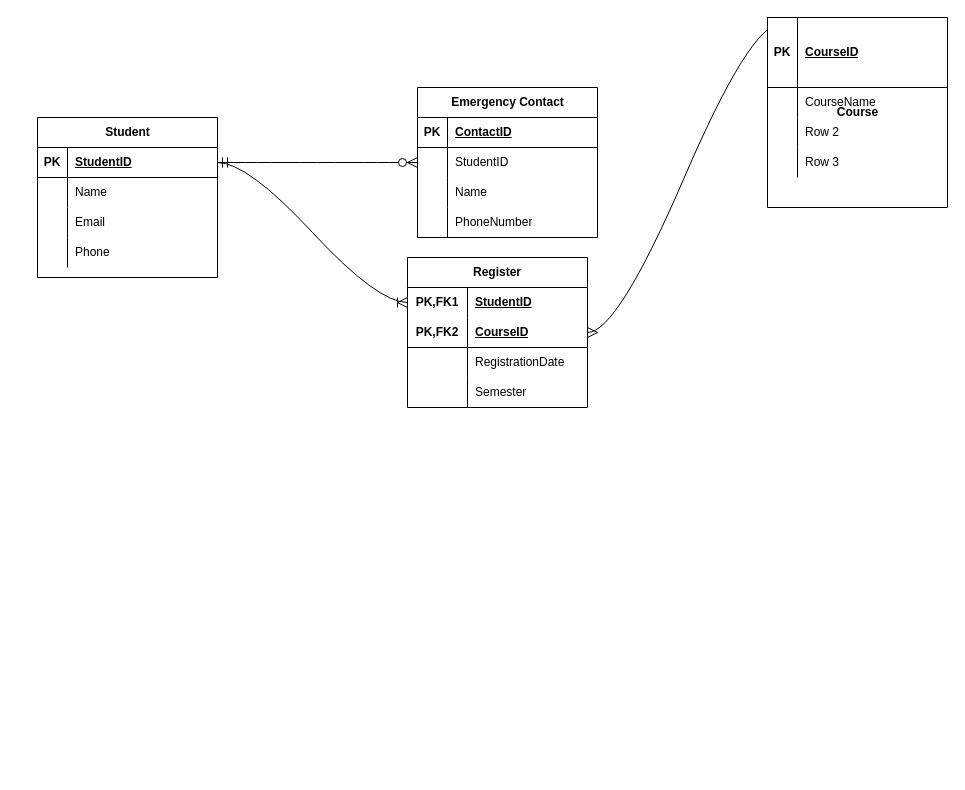
skyelynwaddell/sait keeps this draw.io diagram as databases/docs/database_diagram.drawio. Above is the earlier version. Source tidied: cells renumbered, new cells numbered last; positions are measured from the earlier drawing's top-left corner, leaving out a move shared by most shapes. Both pictures are drawn from the tidied source at 100%, with x=0, y=0 at pixel (37, 17).
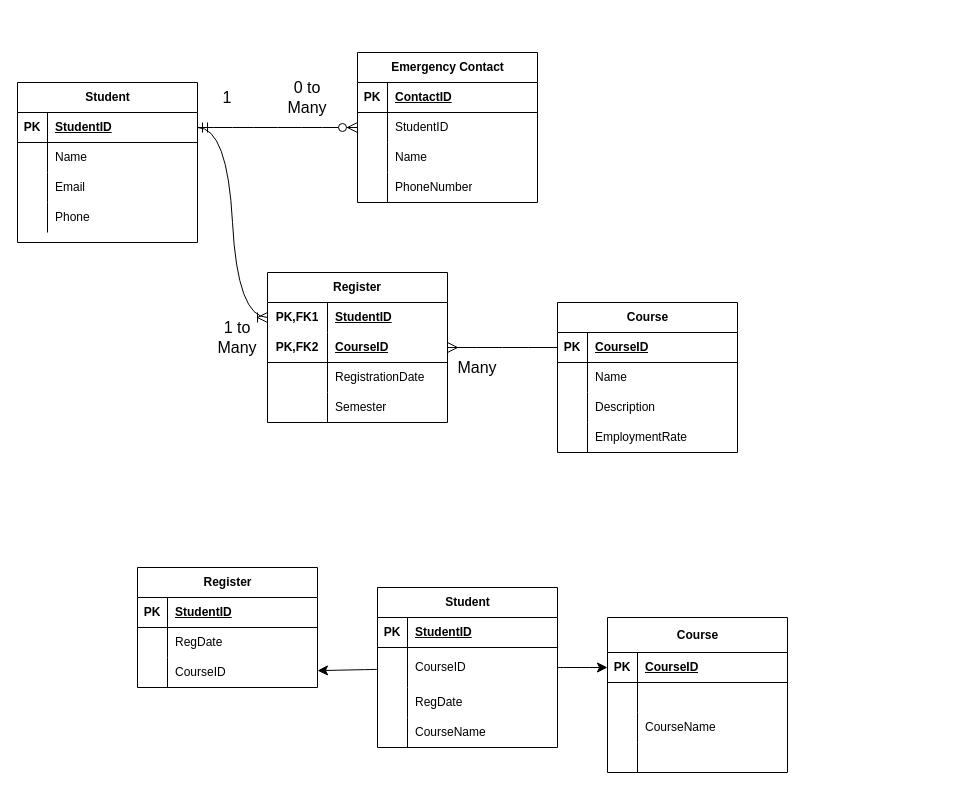
The same page after the edit.

Unchanged cells that the change refers to:
```xml
<mxCell id="19" style="shape=tableRow;horizontal=0;startSize=0;swimlaneHead=0;swimlaneBody=0;fillColor=none;points=[[0,0.5],[1,0.5]];portConstraint=eastwest;top=0;left=0;right=0;bottom=1;html=1;" parent="15" vertex="1">
  <mxGeometry y="60" width="180" height="30" as="geometry" />
</mxCell>
```

What changed in the source:
```diff
@@
     <mxCell id="2" value="Student" style="shape=table;startSize=30;childLayout=tableLayout;rowLines=0;fontStyle=1;align=center;html=1;" parent="1" vertex="1">
-      <mxGeometry y="100" width="180" height="160" as="geometry" />
+      <mxGeometry x="-20" y="65" width="180" height="160" as="geometry" />
     </mxCell>
@@
     <mxCell id="15" value="Register" style="shape=table;startSize=30;childLayout=tableLayout;rowLines=0;fontStyle=1;align=center;html=1;whiteSpace=wrap;" parent="1" vertex="1">
-      <mxGeometry x="370" y="240" width="180" height="150" as="geometry" />
+      <mxGeometry x="230" y="255" width="180" height="150" as="geometry" />
     </mxCell>
@@
     <mxCell id="29" value="Emergency Contact" style="shape=table;startSize=30;childLayout=tableLayout;rowLines=0;fontStyle=1;align=center;html=1;" parent="1" vertex="1">
-      <mxGeometry x="380" y="70" width="180" height="150" as="geometry" />
+      <mxGeometry x="320" y="35" width="180" height="150" as="geometry" />
     </mxCell>
@@
-    <mxCell id="42" style="edgeStyle=entityRelationEdgeStyle;fontSize=12;html=1;endArrow=ERmany;rounded=0;startSize=8;endSize=8;curved=1;exitX=0.072;exitY=0.092;exitDx=0;exitDy=0;exitPerimeter=0;" parent="1" edge="1" source="45" target="19">
+    <mxCell id="42" style="edgeStyle=entityRelationEdgeStyle;fontSize=12;html=1;endArrow=ERmany;rounded=0;startSize=8;endSize=8;curved=1;" parent="1" edge="1" source="63" target="19">
       <mxGeometry relative="1" as="geometry" />
     </mxCell>
@@
-    <mxCell id="44" value="Course" style="shape=table;startSize=0;childLayout=tableLayout;rowLines=0;fontStyle=1;align=center;html=1;" parent="1" vertex="1">
-      <mxGeometry x="730" width="180" height="190" as="geometry" />
-    </mxCell>
-    <mxCell id="45" style="shape=tableRow;horizontal=0;startSize=0;swimlaneHead=0;swimlaneBody=0;fillColor=none;points=[[0,0.5],[1,0.5]];portConstraint=eastwest;top=0;left=0;right=0;bottom=1;" parent="44" vertex="1">
-      <mxGeometry width="180" height="70" as="geometry" />
-    </mxCell>
-    <mxCell id="46" value="PK" style="shape=partialRectangle;fillColor=none;top=0;left=0;bottom=0;right=0;fontStyle=1;overflow=hidden;whiteSpace=wrap;html=1;" parent="45" vertex="1">
-      <mxGeometry width="30" height="70" as="geometry" />
-    </mxCell>
-    <mxCell id="47" value="CourseID" style="shape=partialRectangle;fillColor=none;top=0;left=0;bottom=0;right=0;align=left;spacingLeft=6;fontStyle=5;overflow=hidden;whiteSpace=wrap;html=1;" parent="45" vertex="1">
-      <mxGeometry x="30" width="150" height="70" as="geometry" />
-    </mxCell>
-    <mxCell id="48" style="shape=tableRow;horizontal=0;startSize=0;swimlaneHead=0;swimlaneBody=0;fillColor=none;top=0;left=0;right=0;bottom=0;" parent="44" vertex="1">
-      <mxGeometry y="70" width="180" height="30" as="geometry" />
-    </mxCell>
-    <mxCell id="49" style="shape=partialRectangle;fillColor=none;top=0;left=0;bottom=0;right=0;overflow=hidden;whiteSpace=wrap;html=1;" parent="48" vertex="1">
-      <mxGeometry width="30" height="30" as="geometry" />
-    </mxCell>
-    <mxCell id="50" value="CourseName" style="shape=partialRectangle;fillColor=none;top=0;left=0;bottom=0;right=0;align=left;spacingLeft=6;overflow=hidden;whiteSpace=wrap;html=1;" parent="48" vertex="1">
-      <mxGeometry x="30" width="150" height="30" as="geometry" />
-    </mxCell>
+    <mxCell id="57" style="edgeStyle=none;curved=1;rounded=0;orthogonalLoop=1;jettySize=auto;html=1;exitX=0.75;exitY=0;exitDx=0;exitDy=0;fontSize=12;startSize=8;endSize=8;" parent="1" edge="1" source="2" target="2">
+      <mxGeometry relative="1" as="geometry" />
+    </mxCell>
+    <mxCell id="58" value="1" style="text;html=1;align=center;verticalAlign=middle;whiteSpace=wrap;rounded=0;fontSize=16;" parent="1" vertex="1">
+      <mxGeometry x="160" y="65" width="60" height="30" as="geometry" />
+    </mxCell>
+    <mxCell id="59" value="0 to Many" style="text;html=1;align=center;verticalAlign=middle;whiteSpace=wrap;rounded=0;fontSize=16;" parent="1" vertex="1">
+      <mxGeometry x="240" y="65" width="60" height="30" as="geometry" />
+    </mxCell>
+    <mxCell id="60" value="1 to Many" style="text;html=1;align=center;verticalAlign=middle;whiteSpace=wrap;rounded=0;fontSize=16;" parent="1" vertex="1">
+      <mxGeometry x="170" y="305" width="60" height="30" as="geometry" />
+    </mxCell>
+    <mxCell id="61" value="Many" style="text;html=1;align=center;verticalAlign=middle;whiteSpace=wrap;rounded=0;fontSize=16;" parent="1" vertex="1">
+      <mxGeometry x="410" y="335" width="60" height="30" as="geometry" />
+    </mxCell>
+    <mxCell id="62" value="Course" style="shape=table;startSize=30;childLayout=tableLayout;rowLines=0;fontStyle=1;align=center;html=1;" parent="1" vertex="1">
+      <mxGeometry x="520" y="285" width="180" height="150" as="geometry" />
+    </mxCell>
+    <mxCell id="63" style="shape=tableRow;horizontal=0;startSize=0;swimlaneHead=0;swimlaneBody=0;fillColor=none;points=[[0,0.5],[1,0.5]];portConstraint=eastwest;top=0;left=0;right=0;bottom=1;" parent="62" vertex="1">
+      <mxGeometry y="30" width="180" height="30" as="geometry" />
+    </mxCell>
+    <mxCell id="64" value="PK" style="shape=partialRectangle;fillColor=none;top=0;left=0;bottom=0;right=0;fontStyle=1;overflow=hidden;whiteSpace=wrap;html=1;" parent="63" vertex="1">
+      <mxGeometry width="30" height="30" as="geometry" />
+    </mxCell>
+    <mxCell id="65" value="CourseID" style="shape=partialRectangle;fillColor=none;top=0;left=0;bottom=0;right=0;align=left;spacingLeft=6;fontStyle=5;overflow=hidden;whiteSpace=wrap;html=1;" parent="63" vertex="1">
+      <mxGeometry x="30" width="150" height="30" as="geometry" />
+    </mxCell>
+    <mxCell id="66" style="shape=tableRow;horizontal=0;startSize=0;swimlaneHead=0;swimlaneBody=0;fillColor=none;top=0;left=0;right=0;bottom=0;" parent="62" vertex="1">
+      <mxGeometry y="60" width="180" height="30" as="geometry" />
+    </mxCell>
+    <mxCell id="67" style="shape=partialRectangle;fillColor=none;top=0;left=0;bottom=0;right=0;overflow=hidden;whiteSpace=wrap;html=1;" parent="66" vertex="1">
+      <mxGeometry width="30" height="30" as="geometry" />
+    </mxCell>
+    <mxCell id="68" value="Name" style="shape=partialRectangle;fillColor=none;top=0;left=0;bottom=0;right=0;align=left;spacingLeft=6;overflow=hidden;whiteSpace=wrap;html=1;" parent="66" vertex="1">
+      <mxGeometry x="30" width="150" height="30" as="geometry" />
+    </mxCell>
+    <mxCell id="69" style="shape=tableRow;horizontal=0;startSize=0;swimlaneHead=0;swimlaneBody=0;fillColor=none;top=0;left=0;right=0;bottom=0;" parent="62" vertex="1">
+      <mxGeometry y="90" width="180" height="30" as="geometry" />
+    </mxCell>
+    <mxCell id="70" style="shape=partialRectangle;fillColor=none;top=0;left=0;bottom=0;right=0;overflow=hidden;whiteSpace=wrap;html=1;" parent="69" vertex="1">
+      <mxGeometry width="30" height="30" as="geometry" />
+    </mxCell>
+    <mxCell id="71" value="Description" style="shape=partialRectangle;fillColor=none;top=0;left=0;bottom=0;right=0;align=left;spacingLeft=6;overflow=hidden;whiteSpace=wrap;html=1;" parent="69" vertex="1">
+      <mxGeometry x="30" width="150" height="30" as="geometry" />
+    </mxCell>
+    <mxCell id="72" style="shape=tableRow;horizontal=0;startSize=0;swimlaneHead=0;swimlaneBody=0;fillColor=none;top=0;left=0;right=0;bottom=0;" parent="62" vertex="1">
+      <mxGeometry y="120" width="180" height="30" as="geometry" />
+    </mxCell>
+    <mxCell id="73" style="shape=partialRectangle;fillColor=none;top=0;left=0;bottom=0;right=0;overflow=hidden;whiteSpace=wrap;html=1;" parent="72" vertex="1">
+      <mxGeometry width="30" height="30" as="geometry" />
+    </mxCell>
+    <mxCell id="74" value="EmploymentRate" style="shape=partialRectangle;fillColor=none;top=0;left=0;bottom=0;right=0;align=left;spacingLeft=6;overflow=hidden;whiteSpace=wrap;html=1;" parent="72" vertex="1">
+      <mxGeometry x="30" width="150" height="30" as="geometry" />
+    </mxCell>
+    <mxCell id="75" value="Student" style="shape=table;startSize=30;childLayout=tableLayout;rowLines=0;fontStyle=1;align=center;html=1;" parent="1" vertex="1">
+      <mxGeometry x="340" y="570" width="180" height="160" as="geometry" />
+    </mxCell>
+    <mxCell id="76" style="shape=tableRow;horizontal=0;startSize=0;swimlaneHead=0;swimlaneBody=0;fillColor=none;top=0;left=0;right=0;bottom=1;" parent="75" vertex="1">
+      <mxGeometry y="30" width="180" height="30" as="geometry" />
+    </mxCell>
+    <mxCell id="77" value="PK" style="shape=partialRectangle;fillColor=none;top=0;left=0;bottom=0;right=0;fontStyle=1;overflow=hidden;whiteSpace=wrap;html=1;" parent="76" vertex="1">
+      <mxGeometry width="30" height="30" as="geometry" />
+    </mxCell>
+    <mxCell id="78" value="StudentID" style="shape=partialRectangle;fillColor=none;top=0;left=0;bottom=0;right=0;align=left;spacingLeft=6;fontStyle=5;overflow=hidden;whiteSpace=wrap;html=1;" parent="76" vertex="1">
+      <mxGeometry x="30" width="150" height="30" as="geometry" />
+    </mxCell>
+    <mxCell id="79" style="shape=tableRow;horizontal=0;startSize=0;swimlaneHead=0;swimlaneBody=0;fillColor=none;points=[[0,0.5],[1,0.5]];portConstraint=eastwest;top=0;left=0;right=0;bottom=0;" parent="75" vertex="1">
+      <mxGeometry y="60" width="180" height="40" as="geometry" />
+    </mxCell>
+    <mxCell id="80" style="shape=partialRectangle;fillColor=none;top=0;left=0;bottom=0;right=0;overflow=hidden;whiteSpace=wrap;html=1;" parent="79" vertex="1">
+      <mxGeometry width="30" height="40" as="geometry" />
+    </mxCell>
+    <mxCell id="81" value="CourseID" style="shape=partialRectangle;fillColor=none;top=0;left=0;bottom=0;right=0;align=left;spacingLeft=6;overflow=hidden;whiteSpace=wrap;html=1;" parent="79" vertex="1">
+      <mxGeometry x="30" width="150" height="40" as="geometry" />
+    </mxCell>
-    <mxCell id="51" style="shape=tableRow;horizontal=0;startSize=0;swimlaneHead=0;swimlaneBody=0;fillColor=none;top=0;left=0;right=0;bottom=0;" parent="44" vertex="1">
+    <mxCell id="51" style="shape=tableRow;horizontal=0;startSize=0;swimlaneHead=0;swimlaneBody=0;fillColor=none;top=0;left=0;right=0;bottom=0;" parent="75" vertex="1">
       <mxGeometry y="100" width="180" height="30" as="geometry" />
     </mxCell>
-    <mxCell id="52" style="shape=partialRectangle;fillColor=none;top=0;left=0;bottom=0;right=0;overflow=hidden;whiteSpace=wrap;html=1;" parent="51" vertex="1">
-      <mxGeometry width="30" height="30" as="geometry" />
-    </mxCell>
-    <mxCell id="53" value="Row 2" style="shape=partialRectangle;fillColor=none;top=0;left=0;bottom=0;right=0;align=left;spacingLeft=6;overflow=hidden;whiteSpace=wrap;html=1;" parent="51" vertex="1">
-      <mxGeometry x="30" width="150" height="30" as="geometry" />
-    </mxCell>
+    <mxCell id="82" style="shape=partialRectangle;fillColor=none;top=0;left=0;bottom=0;right=0;overflow=hidden;whiteSpace=wrap;html=1;" parent="51" vertex="1">
+      <mxGeometry width="30" height="30" as="geometry" />
+    </mxCell>
+    <mxCell id="83" value="RegDate" style="shape=partialRectangle;fillColor=none;top=0;left=0;bottom=0;right=0;align=left;spacingLeft=6;overflow=hidden;whiteSpace=wrap;html=1;" parent="51" vertex="1">
+      <mxGeometry x="30" width="150" height="30" as="geometry" />
+    </mxCell>
-    <mxCell id="54" style="shape=tableRow;horizontal=0;startSize=0;swimlaneHead=0;swimlaneBody=0;fillColor=none;top=0;left=0;right=0;bottom=0;" parent="44" vertex="1">
+    <mxCell id="54" style="shape=tableRow;horizontal=0;startSize=0;swimlaneHead=0;swimlaneBody=0;fillColor=none;top=0;left=0;right=0;bottom=0;" parent="75" vertex="1">
       <mxGeometry y="130" width="180" height="30" as="geometry" />
     </mxCell>
-    <mxCell id="55" style="shape=partialRectangle;fillColor=none;top=0;left=0;bottom=0;right=0;overflow=hidden;whiteSpace=wrap;html=1;" parent="54" vertex="1">
-      <mxGeometry width="30" height="30" as="geometry" />
-    </mxCell>
-    <mxCell id="56" value="Row 3" style="shape=partialRectangle;fillColor=none;top=0;left=0;bottom=0;right=0;align=left;spacingLeft=6;overflow=hidden;whiteSpace=wrap;html=1;" parent="54" vertex="1">
-      <mxGeometry x="30" width="150" height="30" as="geometry" />
-    </mxCell>
+    <mxCell id="84" style="shape=partialRectangle;fillColor=none;top=0;left=0;bottom=0;right=0;overflow=hidden;whiteSpace=wrap;html=1;" parent="54" vertex="1">
+      <mxGeometry width="30" height="30" as="geometry" />
+    </mxCell>
+    <mxCell id="85" value="CourseName" style="shape=partialRectangle;fillColor=none;top=0;left=0;bottom=0;right=0;align=left;spacingLeft=6;overflow=hidden;whiteSpace=wrap;html=1;" parent="54" vertex="1">
+      <mxGeometry x="30" width="150" height="30" as="geometry" />
+    </mxCell>
+    <mxCell id="86" value="Register" style="shape=table;startSize=30;childLayout=tableLayout;rowLines=0;fontStyle=1;align=center;html=1;" parent="1" vertex="1">
+      <mxGeometry x="100" y="550" width="180" height="120" as="geometry" />
+    </mxCell>
+    <mxCell id="87" style="shape=tableRow;horizontal=0;startSize=0;swimlaneHead=0;swimlaneBody=0;fillColor=none;top=0;left=0;right=0;bottom=1;" parent="86" vertex="1">
+      <mxGeometry y="30" width="180" height="30" as="geometry" />
+    </mxCell>
+    <mxCell id="88" value="PK" style="shape=partialRectangle;fillColor=none;top=0;left=0;bottom=0;right=0;fontStyle=1;overflow=hidden;whiteSpace=wrap;html=1;" parent="87" vertex="1">
+      <mxGeometry width="30" height="30" as="geometry" />
+    </mxCell>
+    <mxCell id="89" value="StudentID" style="shape=partialRectangle;fillColor=none;top=0;left=0;bottom=0;right=0;align=left;spacingLeft=6;fontStyle=5;overflow=hidden;whiteSpace=wrap;html=1;" parent="87" vertex="1">
+      <mxGeometry x="30" width="150" height="30" as="geometry" />
+    </mxCell>
+    <mxCell id="90" style="shape=tableRow;horizontal=0;startSize=0;swimlaneHead=0;swimlaneBody=0;fillColor=none;top=0;left=0;right=0;bottom=0;" parent="86" vertex="1">
+      <mxGeometry y="60" width="180" height="30" as="geometry" />
+    </mxCell>
+    <mxCell id="91" style="shape=partialRectangle;fillColor=none;top=0;left=0;bottom=0;right=0;overflow=hidden;whiteSpace=wrap;html=1;" parent="90" vertex="1">
+      <mxGeometry width="30" height="30" as="geometry" />
+    </mxCell>
+    <mxCell id="92" value="RegDate" style="shape=partialRectangle;fillColor=none;top=0;left=0;bottom=0;right=0;align=left;spacingLeft=6;overflow=hidden;whiteSpace=wrap;html=1;" parent="90" vertex="1">
+      <mxGeometry x="30" width="150" height="30" as="geometry" />
+    </mxCell>
+    <mxCell id="93" style="shape=tableRow;horizontal=0;startSize=0;swimlaneHead=0;swimlaneBody=0;fillColor=none;points=[[0,0.5],[1,0.5]];portConstraint=eastwest;top=0;left=0;right=0;bottom=0;" parent="86" vertex="1">
+      <mxGeometry y="90" width="180" height="30" as="geometry" />
+    </mxCell>
+    <mxCell id="94" style="shape=partialRectangle;fillColor=none;top=0;left=0;bottom=0;right=0;overflow=hidden;whiteSpace=wrap;html=1;" parent="93" vertex="1">
+      <mxGeometry width="30" height="30" as="geometry" />
+    </mxCell>
+    <mxCell id="95" value="CourseID" style="shape=partialRectangle;fillColor=none;top=0;left=0;bottom=0;right=0;align=left;spacingLeft=6;overflow=hidden;whiteSpace=wrap;html=1;" parent="93" vertex="1">
+      <mxGeometry x="30" width="150" height="30" as="geometry" />
+    </mxCell>
+    <mxCell id="96" value="Course" style="shape=table;startSize=35;childLayout=tableLayout;rowLines=0;fontStyle=1;align=center;html=1;" parent="1" vertex="1">
+      <mxGeometry x="570" y="600" width="180" height="155" as="geometry" />
+    </mxCell>
+    <mxCell id="97" style="shape=tableRow;horizontal=0;startSize=0;swimlaneHead=0;swimlaneBody=0;fillColor=none;points=[[0,0.5],[1,0.5]];portConstraint=eastwest;top=0;left=0;right=0;bottom=1;" parent="96" vertex="1">
+      <mxGeometry y="35" width="180" height="30" as="geometry" />
+    </mxCell>
+    <mxCell id="98" value="PK" style="shape=partialRectangle;fillColor=none;top=0;left=0;bottom=0;right=0;fontStyle=1;overflow=hidden;whiteSpace=wrap;html=1;" parent="97" vertex="1">
+      <mxGeometry width="30" height="30" as="geometry" />
+    </mxCell>
+    <mxCell id="99" value="CourseID" style="shape=partialRectangle;fillColor=none;top=0;left=0;bottom=0;right=0;align=left;spacingLeft=6;fontStyle=5;overflow=hidden;whiteSpace=wrap;html=1;" parent="97" vertex="1">
+      <mxGeometry x="30" width="150" height="30" as="geometry" />
+    </mxCell>
+    <mxCell id="100" style="shape=tableRow;horizontal=0;startSize=0;swimlaneHead=0;swimlaneBody=0;fillColor=none;top=0;left=0;right=0;bottom=0;" parent="96" vertex="1">
+      <mxGeometry y="65" width="180" height="30" as="geometry" />
+    </mxCell>
+    <mxCell id="101" style="shape=partialRectangle;fillColor=none;top=0;left=0;bottom=0;right=0;overflow=hidden;whiteSpace=wrap;html=1;" parent="100" vertex="1">
+      <mxGeometry width="30" height="30" as="geometry" />
+    </mxCell>
+    <mxCell id="102" style="shape=partialRectangle;fillColor=none;top=0;left=0;bottom=0;right=0;align=left;spacingLeft=6;overflow=hidden;whiteSpace=wrap;html=1;" parent="100" vertex="1">
+      <mxGeometry x="30" width="150" height="30" as="geometry" />
+    </mxCell>
+    <mxCell id="103" style="shape=tableRow;horizontal=0;startSize=0;swimlaneHead=0;swimlaneBody=0;fillColor=none;top=0;left=0;right=0;bottom=0;" parent="96" vertex="1">
+      <mxGeometry y="95" width="180" height="30" as="geometry" />
+    </mxCell>
+    <mxCell id="104" style="shape=partialRectangle;fillColor=none;top=0;left=0;bottom=0;right=0;overflow=hidden;whiteSpace=wrap;html=1;" parent="103" vertex="1">
+      <mxGeometry width="30" height="30" as="geometry" />
+    </mxCell>
+    <mxCell id="105" value="CourseName" style="shape=partialRectangle;fillColor=none;top=0;left=0;bottom=0;right=0;align=left;spacingLeft=6;overflow=hidden;whiteSpace=wrap;html=1;" parent="103" vertex="1">
+      <mxGeometry x="30" width="150" height="30" as="geometry" />
+    </mxCell>
+    <mxCell id="106" style="shape=tableRow;horizontal=0;startSize=0;swimlaneHead=0;swimlaneBody=0;fillColor=none;top=0;left=0;right=0;bottom=0;" parent="96" vertex="1">
+      <mxGeometry y="125" width="180" height="30" as="geometry" />
+    </mxCell>
+    <mxCell id="107" style="shape=partialRectangle;fillColor=none;top=0;left=0;bottom=0;right=0;overflow=hidden;whiteSpace=wrap;html=1;" parent="106" vertex="1">
+      <mxGeometry width="30" height="30" as="geometry" />
+    </mxCell>
+    <mxCell id="108" style="shape=partialRectangle;fillColor=none;top=0;left=0;bottom=0;right=0;align=left;spacingLeft=6;overflow=hidden;whiteSpace=wrap;html=1;" parent="106" vertex="1">
+      <mxGeometry x="30" width="150" height="30" as="geometry" />
+    </mxCell>
+    <mxCell id="109" style="edgeStyle=none;curved=1;rounded=0;jettySize=auto;html=1;fontSize=12;startSize=8;endSize=8;" parent="1" edge="1" source="79" target="93">
+      <mxGeometry relative="1" as="geometry" />
+    </mxCell>
+    <mxCell id="110" style="edgeStyle=none;curved=1;rounded=0;jettySize=auto;html=1;entryX=0;entryY=0.5;entryDx=0;entryDy=0;fontSize=12;startSize=8;endSize=8;" parent="1" edge="1" source="79" target="97">
+      <mxGeometry relative="1" as="geometry" />
+    </mxCell>
```
